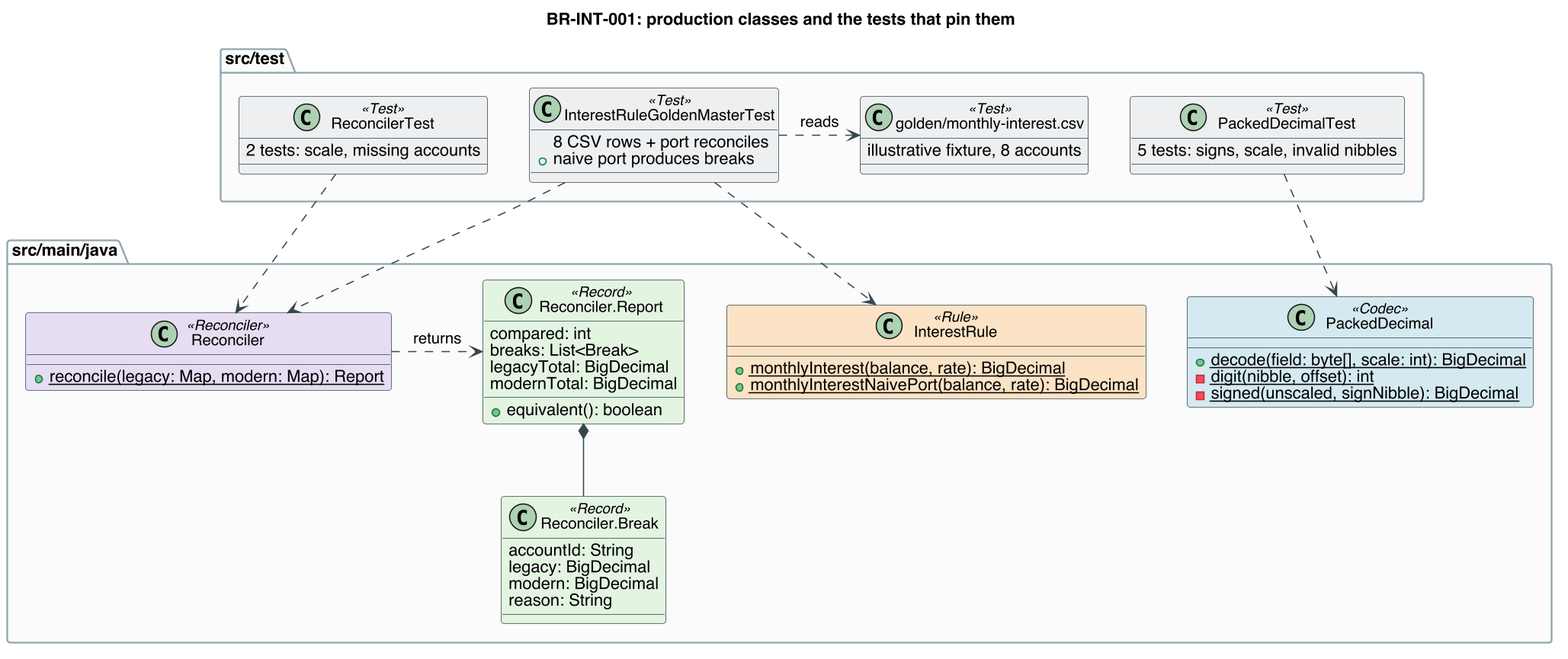
This is docs/articles/javapro/diagrams/equivalence-classes.png from wallaceespindola/banking-modernization-with-ai, a PlantUML export, as it was before one commit.
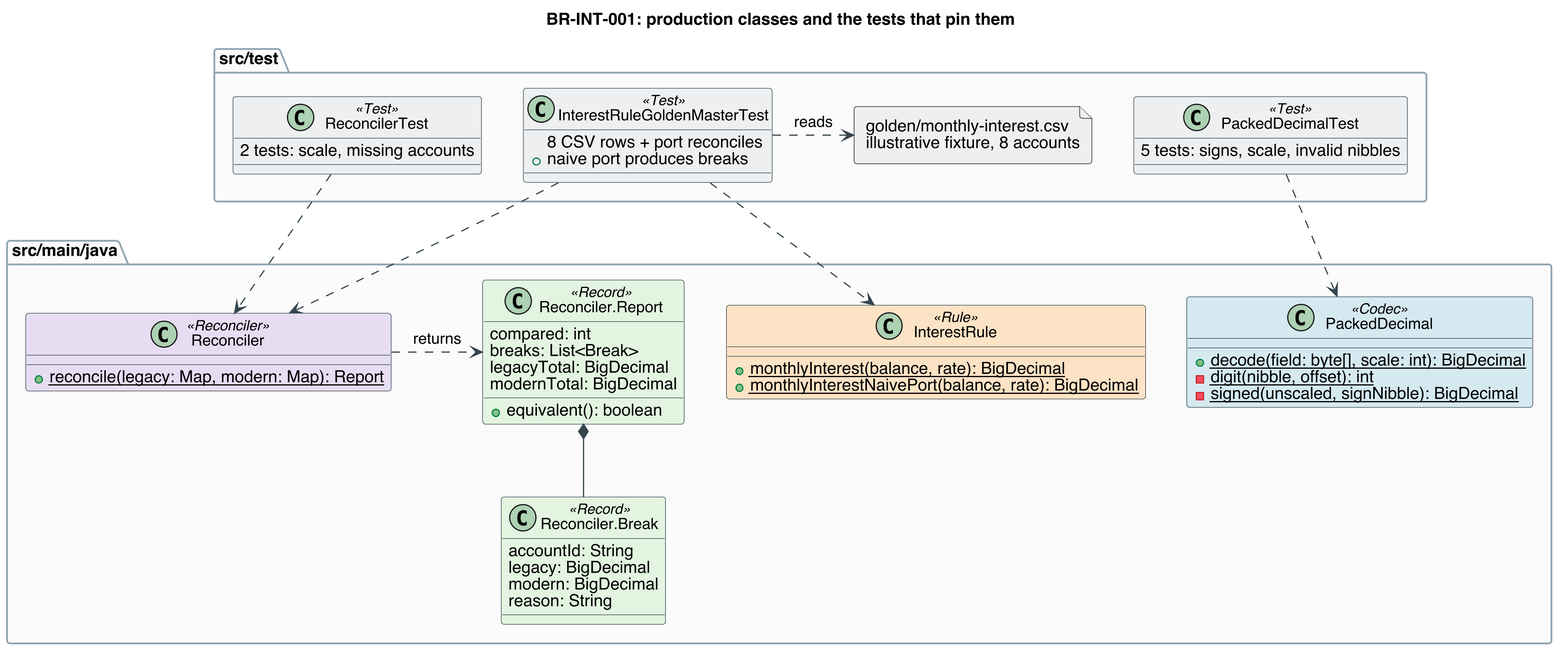
Above is the later version.

Diff of the diagram source:
```diff
@@ -1,7 +1,8 @@
 @startuml equivalence-classes
 set separator none
+allowmixing
 skinparam backgroundColor #ffffff
-skinparam dpi 150
+skinparam dpi 300
 skinparam defaultFontName Helvetica
 skinparam classFontSize 13
 skinparam shadowing false
@@ -31,9 +32,7 @@
   class ReconcilerTest <<Test>> {
     2 tests: scale, missing accounts
   }
-  class "golden/monthly-interest.csv" as CSV <<Test>> {
-    illustrative fixture, 8 accounts
-  }
+  file "golden/monthly-interest.csv\nillustrative fixture, 8 accounts" as CSV #eceff1
 }
 
 package "src/main/java" {
```
